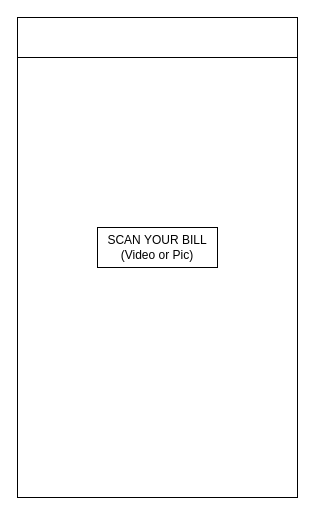
Before: personal-inflation-app.drawio in appsparkler/draw.io, a draw.io diagram. Source tidied: cells renumbered, new cells numbered last; positions are measured from the earlier drawing's top-left corner, leaving out a move shared by most shapes. Both pictures are drawn from the tidied source at 100%, with x=0, y=0 at pixel (17, 17). Pictures stored in the file or linked from it are replaced by grey dashed boxes.
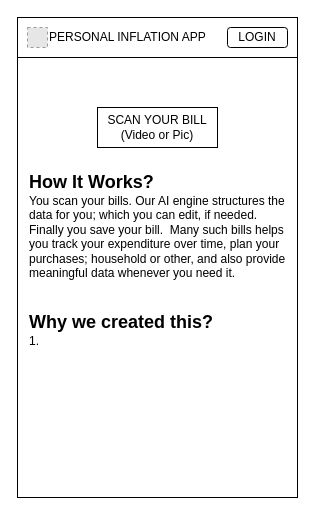
The same diagram, later.

What changed in the source:
```diff
@@
 <mxGraphModel>
   <root>
     <mxCell id="0" />
     <mxCell id="1" parent="0" />
     <mxCell id="2" style="whiteSpace=wrap;html=1;" parent="1" vertex="1">
       <mxGeometry width="280" height="480" as="geometry" />
     </mxCell>
     <mxCell id="3" value="SCAN YOUR BILL&lt;br&gt;(Video or Pic)" style="whiteSpace=wrap;html=1;" parent="1" vertex="1">
-      <mxGeometry x="80" y="210" width="120" height="40" as="geometry" />
+      <mxGeometry x="80" y="90" width="120" height="40" as="geometry" />
     </mxCell>
     <mxCell id="4" style="whiteSpace=wrap;html=1;" parent="1" vertex="1">
       <mxGeometry width="280" height="40" as="geometry" />
     </mxCell>
+    <mxCell id="5" value="PERSONAL INFLATION APP" style="text;html=1;whiteSpace=wrap;strokeColor=none;fillColor=none;align=left;verticalAlign=middle;rounded=0;" parent="1" vertex="1">
+      <mxGeometry x="30" y="5" width="180" height="30" as="geometry" />
+    </mxCell>
+    <mxCell id="6" style="fillColor=#E6E6E6;strokeColor=#999999;dashed=1;html=1;verticalAlign=top;verticalLabelPosition=bottom;labelBackgroundColor=#ffffff;" parent="1" vertex="1">
+      <mxGeometry x="10" y="10" width="20" height="20" as="geometry" />
+    </mxCell>
+    <mxCell id="7" value="LOGIN" style="rounded=1;whiteSpace=wrap;html=1;fillColor=light-dark(#FFFFFF,#007FFF);" parent="1" vertex="1">
+      <mxGeometry x="210" y="10" width="60" height="20" as="geometry" />
+    </mxCell>
+    <mxCell id="8" value="How It Works?" style="text;html=1;whiteSpace=wrap;strokeColor=none;fillColor=none;align=left;verticalAlign=middle;rounded=0;fontStyle=1;fontSize=18;" parent="1" vertex="1">
+      <mxGeometry x="10" y="150" width="150" height="30" as="geometry" />
+    </mxCell>
+    <mxCell id="9" value="&lt;div align=&quot;left&quot;&gt;You scan your bills. Our AI engine structures the data for you; which you can edit, if needed.&amp;nbsp; Finally you save your bill.&amp;nbsp; Many such bills helps you track your expenditure over time, plan your purchases; household or other, and also provide meaningful data whenever you need it.&lt;/div&gt;" style="text;html=1;whiteSpace=wrap;strokeColor=none;fillColor=none;align=left;verticalAlign=top;rounded=0;" parent="1" vertex="1">
+      <mxGeometry x="10" y="170" width="260" height="100" as="geometry" />
+    </mxCell>
+    <mxCell id="10" value="Why we created this?" style="text;html=1;whiteSpace=wrap;strokeColor=none;fillColor=none;align=left;verticalAlign=middle;rounded=0;fontStyle=1;fontSize=18;" parent="1" vertex="1">
+      <mxGeometry x="10" y="290" width="190" height="30" as="geometry" />
+    </mxCell>
+    <mxCell id="11" value="1.&amp;nbsp;" style="text;html=1;whiteSpace=wrap;strokeColor=none;fillColor=none;align=left;verticalAlign=top;rounded=0;" parent="1" vertex="1">
+      <mxGeometry x="10" y="310" width="260" height="90" as="geometry" />
+    </mxCell>
   </root>
 </mxGraphModel>
```
